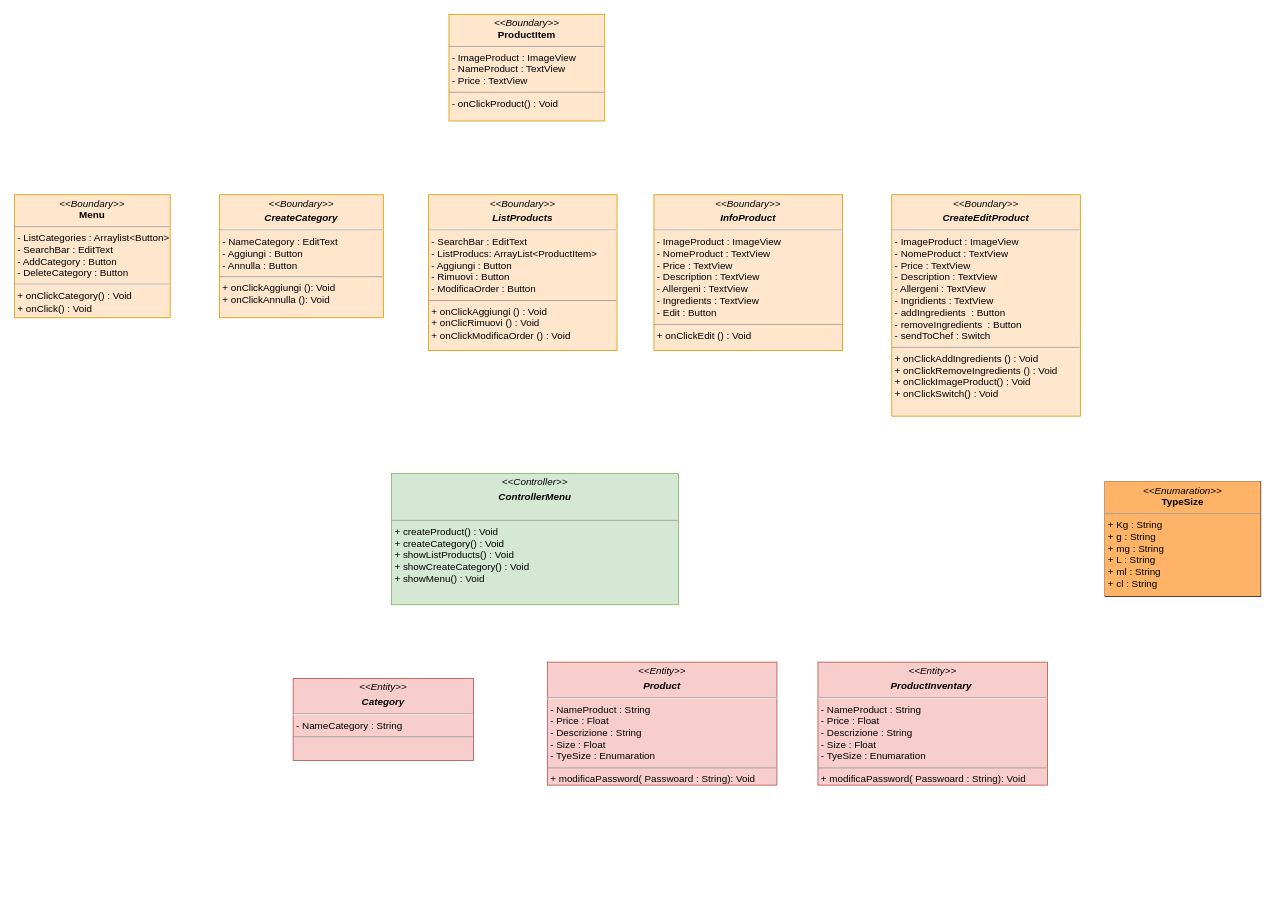
This is page "GestisciMenu" (5 of 8) of Documentazione/Class Diagram/Class Diagram.drawio from Chriss1618/ProgettoINGSW, a draw.io file, before an edit. Source tidied: cells renumbered, new cells numbered last; positions are measured from the earlier drawing's top-left corner, leaving out a move shared by most shapes. Both pictures are drawn from the tidied source at 82%, with x=0, y=0 at pixel (14, 14).
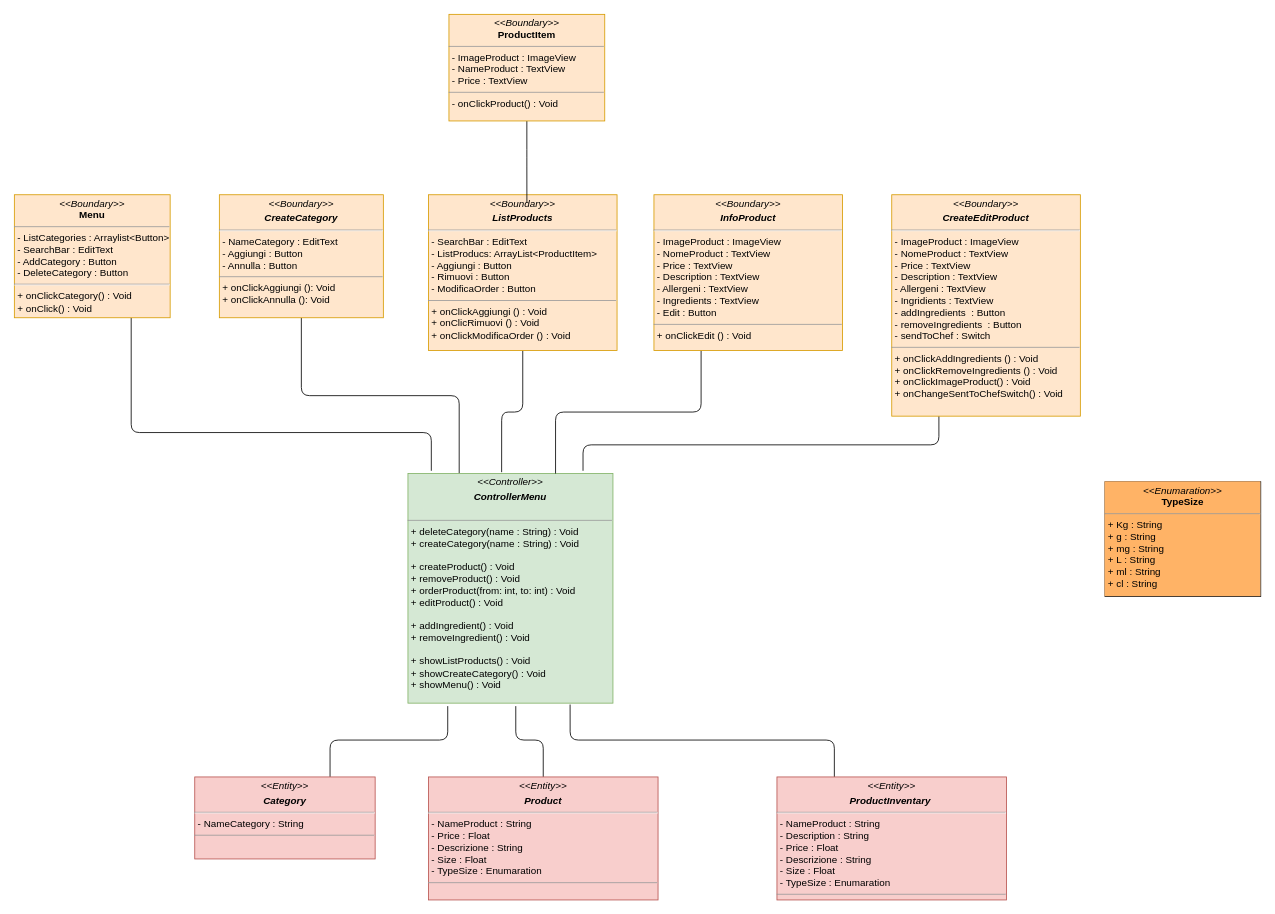
The same page after the edit.

Unchanged cells that the change refers to:
```xml
<mxCell id="2" value="&lt;p style=&quot;margin:0px;margin-top:4px;text-align:center;&quot;&gt;&lt;i&gt;&amp;lt;&amp;lt;Boundary&amp;gt;&amp;gt;&lt;/i&gt;&lt;br&gt;&lt;b&gt;Menu&lt;/b&gt;&lt;/p&gt;&lt;hr size=&quot;1&quot;&gt;&lt;p style=&quot;margin:0px;margin-left:4px;&quot;&gt;- ListCategories : Arraylist&amp;lt;Button&amp;gt;&lt;br&gt;- SearchBar : EditText&lt;/p&gt;&lt;p style=&quot;margin:0px;margin-left:4px;&quot;&gt;- AddCategory : Button&lt;/p&gt;&lt;p style=&quot;margin:0px;margin-left:4px;&quot;&gt;- DeleteCategory : Button&lt;/p&gt;&lt;hr&gt;&lt;p style=&quot;margin:0px;margin-left:4px;&quot;&gt;&lt;/p&gt;&lt;p style=&quot;margin:0px;margin-left:4px;&quot;&gt;+ onClickCategory() : Void&lt;br&gt;&lt;/p&gt;&lt;p style=&quot;margin:0px;margin-left:4px;&quot;&gt;+ onClick() : Void&lt;/p&gt;" style="verticalAlign=top;align=left;overflow=fill;fontSize=12;fontFamily=Helvetica;html=1;fillColor=#ffe6cc;strokeColor=#d79b00;" parent="1" vertex="1">
  <mxGeometry y="220" width="190" height="150" as="geometry" />
</mxCell>
<mxCell id="3" value="&lt;p style=&quot;margin:0px;margin-top:4px;text-align:center;&quot;&gt;&lt;i&gt;&amp;lt;&amp;lt;Boundary&amp;gt;&amp;gt;&lt;/i&gt;&lt;br&gt;&lt;/p&gt;&lt;p style=&quot;margin:0px;margin-top:4px;text-align:center;&quot;&gt;&lt;i&gt;&lt;b&gt;CreateCategory&lt;/b&gt;&lt;/i&gt;&lt;/p&gt;&lt;hr&gt;&lt;p style=&quot;margin:0px;margin-left:4px;&quot;&gt;- NameCategory : EditText&lt;/p&gt;&lt;p style=&quot;margin:0px;margin-left:4px;&quot;&gt;- Aggiungi : Button&lt;/p&gt;&lt;p style=&quot;margin:0px;margin-left:4px;&quot;&gt;- Annulla : Button&lt;br&gt;&lt;/p&gt;&lt;hr size=&quot;1&quot;&gt;&lt;p style=&quot;margin:0px;margin-left:4px;&quot;&gt;+ onClickAggiungi&amp;nbsp;(): Void&lt;br&gt;&lt;/p&gt;&lt;p style=&quot;margin:0px;margin-left:4px;&quot;&gt;+ onClickAnnulla&amp;nbsp;(): Void&lt;/p&gt;" style="verticalAlign=top;align=left;overflow=fill;fontSize=12;fontFamily=Helvetica;html=1;fillColor=#ffe6cc;strokeColor=#d79b00;" parent="1" vertex="1">
  <mxGeometry x="250" y="220" width="200" height="150" as="geometry" />
</mxCell>
<mxCell id="8" value="&lt;p style=&quot;margin:0px;margin-top:4px;text-align:center;&quot;&gt;&lt;i&gt;&amp;lt;&amp;lt;Boundary&amp;gt;&amp;gt;&lt;/i&gt;&lt;br&gt;&lt;/p&gt;&lt;p style=&quot;margin:0px;margin-top:4px;text-align:center;&quot;&gt;&lt;i&gt;&lt;b&gt;ListProducts&lt;/b&gt;&lt;/i&gt;&lt;/p&gt;&lt;hr&gt;&lt;p style=&quot;margin:0px;margin-left:4px;&quot;&gt;- SearchBar : EditText&lt;br&gt;&lt;/p&gt;&lt;p style=&quot;margin:0px;margin-left:4px;&quot;&gt;- ListProducs: ArrayList&amp;lt;ProductItem&amp;gt;&lt;/p&gt;&lt;p style=&quot;margin:0px;margin-left:4px;&quot;&gt;- Aggiungi : Button&lt;/p&gt;&lt;p style=&quot;margin:0px;margin-left:4px;&quot;&gt;- Rimuovi : Button&lt;br&gt;&lt;/p&gt;&lt;p style=&quot;margin:0px;margin-left:4px;&quot;&gt;- ModificaOrder : Button&lt;/p&gt;&lt;hr size=&quot;1&quot;&gt;&lt;p style=&quot;margin:0px;margin-left:4px;&quot;&gt;+ onClickAggiungi&amp;nbsp;() : Void&lt;br&gt;&lt;/p&gt;&lt;p style=&quot;margin:0px;margin-left:4px;&quot;&gt;+ onClicRimuovi () : Void&lt;/p&gt;&lt;p style=&quot;margin:0px;margin-left:4px;&quot;&gt;+ onClickModificaOrder () : Void&lt;br&gt;&lt;/p&gt;" style="verticalAlign=top;align=left;overflow=fill;fontSize=12;fontFamily=Helvetica;html=1;fillColor=#ffe6cc;strokeColor=#d79b00;" parent="1" vertex="1">
  <mxGeometry x="505" y="220" width="230" height="190" as="geometry" />
</mxCell>
<mxCell id="9" value="&lt;p style=&quot;margin:0px;margin-top:4px;text-align:center;&quot;&gt;&lt;i&gt;&amp;lt;&amp;lt;Boundary&amp;gt;&amp;gt;&lt;/i&gt;&lt;br&gt;&lt;b&gt;ProductItem&lt;/b&gt;&lt;/p&gt;&lt;hr size=&quot;1&quot;&gt;&lt;p style=&quot;margin:0px;margin-left:4px;&quot;&gt;- ImageProduct : ImageView&lt;/p&gt;&lt;p style=&quot;margin:0px;margin-left:4px;&quot;&gt;- NameProduct : TextView&lt;br&gt;- Price : TextView&lt;br&gt;&lt;/p&gt;&lt;hr size=&quot;1&quot;&gt;&lt;p style=&quot;margin:0px;margin-left:4px;&quot;&gt;- onClickProduct() : Void&lt;/p&gt;&lt;p style=&quot;margin:0px;margin-left:4px;&quot;&gt;&lt;br&gt;&lt;/p&gt;" style="verticalAlign=top;align=left;overflow=fill;fontSize=12;fontFamily=Helvetica;html=1;fillColor=#ffe6cc;strokeColor=#d79b00;" parent="1" vertex="1">
  <mxGeometry x="530" width="190" height="130" as="geometry" />
</mxCell>
<mxCell id="10" value="&lt;p style=&quot;margin:0px;margin-top:4px;text-align:center;&quot;&gt;&lt;i&gt;&amp;lt;&amp;lt;Boundary&amp;gt;&amp;gt;&lt;/i&gt;&lt;br&gt;&lt;/p&gt;&lt;p style=&quot;margin:0px;margin-top:4px;text-align:center;&quot;&gt;&lt;i&gt;&lt;b&gt;InfoProduct&lt;/b&gt;&lt;/i&gt;&lt;/p&gt;&lt;hr&gt;&lt;p style=&quot;margin: 0px 0px 0px 4px;&quot;&gt;- ImageProduct : ImageView&lt;/p&gt;&lt;p style=&quot;margin: 0px 0px 0px 4px;&quot;&gt;- NomeProduct : TextView&lt;br&gt;- Price : TextView&lt;/p&gt;&lt;p style=&quot;margin: 0px 0px 0px 4px;&quot;&gt;- Description : TextView&lt;/p&gt;&lt;p style=&quot;margin: 0px 0px 0px 4px;&quot;&gt;- Allergeni : TextView&lt;/p&gt;&lt;p style=&quot;margin: 0px 0px 0px 4px;&quot;&gt;- Ingredients : TextView&lt;/p&gt;&lt;p style=&quot;margin: 0px 0px 0px 4px;&quot;&gt;- Edit : Button&lt;/p&gt;&lt;hr size=&quot;1&quot;&gt;&lt;p style=&quot;margin:0px;margin-left:4px;&quot;&gt;+ onClickEdit () : Void&lt;/p&gt;" style="verticalAlign=top;align=left;overflow=fill;fontSize=12;fontFamily=Helvetica;html=1;fillColor=#ffe6cc;strokeColor=#d79b00;" parent="1" vertex="1">
  <mxGeometry x="780" y="220" width="230" height="190" as="geometry" />
</mxCell>
```

Change to the diagram source:
```diff
@@
+    <mxCell id="13" style="edgeStyle=orthogonalEdgeStyle;rounded=1;jettySize=auto;html=1;exitX=0.75;exitY=1;exitDx=0;exitDy=0;entryX=0.114;entryY=-0.012;entryDx=0;entryDy=0;entryPerimeter=0;endArrow=none;endFill=0;" parent="1" edge="1" source="2" target="4">
+      <mxGeometry relative="1" as="geometry">
+        <Array as="points">
+          <mxPoint x="142" y="510" />
+          <mxPoint x="508" y="510" />
+        </Array>
+      </mxGeometry>
+    </mxCell>
@@
+    <mxCell id="14" style="edgeStyle=orthogonalEdgeStyle;rounded=1;jettySize=auto;html=1;exitX=0.5;exitY=1;exitDx=0;exitDy=0;entryX=0.25;entryY=0;entryDx=0;entryDy=0;endArrow=none;endFill=0;" parent="1" edge="1" source="3" target="4">
+      <mxGeometry relative="1" as="geometry" />
+    </mxCell>
@@
-    <mxCell id="4" value="&lt;p style=&quot;margin:0px;margin-top:4px;text-align:center;&quot;&gt;&lt;i&gt;&amp;lt;&amp;lt;Controller&amp;gt;&amp;gt;&lt;/i&gt;&lt;br&gt;&lt;/p&gt;&lt;p style=&quot;margin:0px;margin-top:4px;text-align:center;&quot;&gt;&lt;i&gt;&lt;b&gt;ControllerMenu&lt;/b&gt;&lt;/i&gt;&lt;/p&gt;&lt;br&gt;&lt;hr size=&quot;1&quot;&gt;&lt;p style=&quot;margin:0px;margin-left:4px;&quot;&gt;&lt;span style=&quot;background-color: initial;&quot;&gt;+ createProduct() : Void&lt;/span&gt;&lt;/p&gt;&lt;p style=&quot;margin:0px;margin-left:4px;&quot;&gt;&lt;span style=&quot;background-color: initial;&quot;&gt;+ createCategory() : Void&lt;/span&gt;&lt;/p&gt;&lt;p style=&quot;margin:0px;margin-left:4px;&quot;&gt;+ showListProducts() : Void&lt;/p&gt;&lt;p style=&quot;margin:0px;margin-left:4px;&quot;&gt;&lt;span style=&quot;background-color: initial;&quot;&gt;+ showCreateCategory() : Void&lt;/span&gt;&lt;br&gt;&lt;/p&gt;&lt;p style=&quot;margin:0px;margin-left:4px;&quot;&gt;+ showMenu() : Void&lt;/p&gt;" style="verticalAlign=top;align=left;overflow=fill;fontSize=12;fontFamily=Helvetica;html=1;fillColor=#d5e8d4;strokeColor=#82b366;" parent="1" vertex="1">
-      <mxGeometry x="460" y="560" width="350" height="160" as="geometry" />
+    <mxCell id="4" value="&lt;p style=&quot;margin:0px;margin-top:4px;text-align:center;&quot;&gt;&lt;i&gt;&amp;lt;&amp;lt;Controller&amp;gt;&amp;gt;&lt;/i&gt;&lt;br&gt;&lt;/p&gt;&lt;p style=&quot;margin:0px;margin-top:4px;text-align:center;&quot;&gt;&lt;i&gt;&lt;b&gt;ControllerMenu&lt;/b&gt;&lt;/i&gt;&lt;/p&gt;&lt;br&gt;&lt;hr size=&quot;1&quot;&gt;&lt;p style=&quot;margin:0px;margin-left:4px;&quot;&gt;&lt;span style=&quot;background-color: initial;&quot;&gt;+ deleteCategory(name : String) : Void&lt;/span&gt;&lt;br&gt;&lt;/p&gt;&lt;p style=&quot;margin:0px;margin-left:4px;&quot;&gt;&lt;span style=&quot;background-color: initial;&quot;&gt;+ createCategory(name : String) : Void&lt;/span&gt;&lt;/p&gt;&lt;p style=&quot;margin:0px;margin-left:4px;&quot;&gt;&lt;span style=&quot;background-color: initial;&quot;&gt;&lt;br&gt;&lt;/span&gt;&lt;/p&gt;&lt;p style=&quot;margin:0px;margin-left:4px;&quot;&gt;+ createProduct() : Void&lt;span style=&quot;background-color: initial;&quot;&gt;&lt;br&gt;&lt;/span&gt;&lt;/p&gt;&lt;p style=&quot;margin:0px;margin-left:4px;&quot;&gt;&lt;span style=&quot;background-color: initial;&quot;&gt;+ removeProduct() : Void&lt;/span&gt;&lt;/p&gt;&lt;p style=&quot;margin:0px;margin-left:4px;&quot;&gt;+ orderProduct(from: int, to: int) : Void&lt;/p&gt;&lt;p style=&quot;margin:0px;margin-left:4px;&quot;&gt;+ editProduct() : Void&lt;/p&gt;&lt;p style=&quot;margin:0px;margin-left:4px;&quot;&gt;&lt;br&gt;&lt;/p&gt;&lt;p style=&quot;margin:0px;margin-left:4px;&quot;&gt;+ addIngredient() : Void&lt;/p&gt;&lt;p style=&quot;margin:0px;margin-left:4px;&quot;&gt;+ removeIngredient() : Void&lt;/p&gt;&lt;p style=&quot;margin:0px;margin-left:4px;&quot;&gt;&lt;br&gt;&lt;/p&gt;&lt;p style=&quot;margin:0px;margin-left:4px;&quot;&gt;+ showListProducts() : Void&lt;/p&gt;&lt;p style=&quot;margin:0px;margin-left:4px;&quot;&gt;&lt;span style=&quot;background-color: initial;&quot;&gt;+ showCreateCategory() : Void&lt;/span&gt;&lt;br&gt;&lt;/p&gt;&lt;p style=&quot;margin:0px;margin-left:4px;&quot;&gt;+ showMenu() : Void&lt;/p&gt;" style="verticalAlign=top;align=left;overflow=fill;fontSize=12;fontFamily=Helvetica;html=1;fillColor=#d5e8d4;strokeColor=#82b366;" parent="1" vertex="1">
+      <mxGeometry x="480" y="560" width="250" height="280" as="geometry" />
     </mxCell>
+    <mxCell id="15" style="edgeStyle=orthogonalEdgeStyle;rounded=1;jettySize=auto;html=1;exitX=0.75;exitY=0;exitDx=0;exitDy=0;entryX=0.194;entryY=1.013;entryDx=0;entryDy=0;entryPerimeter=0;endArrow=none;endFill=0;" parent="1" edge="1" source="5" target="4">
+      <mxGeometry relative="1" as="geometry" />
+    </mxCell>
     <mxCell id="5" value="&lt;p style=&quot;margin:0px;margin-top:4px;text-align:center;&quot;&gt;&lt;i&gt;&amp;lt;&amp;lt;Entity&amp;gt;&amp;gt;&lt;/i&gt;&lt;br&gt;&lt;/p&gt;&lt;p style=&quot;margin:0px;margin-top:4px;text-align:center;&quot;&gt;&lt;i&gt;&lt;b&gt;Category&lt;/b&gt;&lt;/i&gt;&lt;/p&gt;&lt;hr&gt;&lt;p style=&quot;margin:0px;margin-left:4px;&quot;&gt;- NameCategory : String&lt;br&gt;&lt;/p&gt;&lt;hr size=&quot;1&quot;&gt;&lt;p style=&quot;margin:0px;margin-left:4px;&quot;&gt;&lt;br&gt;&lt;/p&gt;&lt;p style=&quot;margin:0px;margin-left:4px;&quot;&gt;&lt;br&gt;&lt;/p&gt;" style="verticalAlign=top;align=left;overflow=fill;fontSize=12;fontFamily=Helvetica;html=1;fillColor=#f8cecc;strokeColor=#b85450;" parent="1" vertex="1">
-      <mxGeometry x="340" y="810" width="220" height="100" as="geometry" />
+      <mxGeometry x="220" y="930" width="220" height="100" as="geometry" />
     </mxCell>
@@
+    <mxCell id="16" style="edgeStyle=orthogonalEdgeStyle;rounded=1;jettySize=auto;html=1;exitX=0.5;exitY=0;exitDx=0;exitDy=0;entryX=0.526;entryY=1.013;entryDx=0;entryDy=0;entryPerimeter=0;endArrow=none;endFill=0;" parent="1" edge="1" source="7" target="4">
+      <mxGeometry relative="1" as="geometry" />
+    </mxCell>
-    <mxCell id="7" value="&lt;p style=&quot;margin:0px;margin-top:4px;text-align:center;&quot;&gt;&lt;i&gt;&amp;lt;&amp;lt;Entity&amp;gt;&amp;gt;&lt;/i&gt;&lt;br&gt;&lt;/p&gt;&lt;p style=&quot;margin:0px;margin-top:4px;text-align:center;&quot;&gt;&lt;b&gt;&lt;i&gt;Product&lt;/i&gt;&lt;/b&gt;&lt;/p&gt;&lt;hr&gt;&lt;p style=&quot;margin:0px;margin-left:4px;&quot;&gt;- NameProduct : String&lt;/p&gt;&lt;p style=&quot;margin:0px;margin-left:4px;&quot;&gt;- Price : Float&lt;/p&gt;&lt;p style=&quot;margin:0px;margin-left:4px;&quot;&gt;- Descrizione : String&lt;/p&gt;&lt;p style=&quot;margin:0px;margin-left:4px;&quot;&gt;- Size : Float&lt;/p&gt;&lt;p style=&quot;margin:0px;margin-left:4px;&quot;&gt;- TyeSize : Enumaration&lt;/p&gt;&lt;hr size=&quot;1&quot;&gt;&lt;p style=&quot;margin:0px;margin-left:4px;&quot;&gt;+ modificaPassword( Passwoard : String): Void&lt;br&gt;&lt;/p&gt;" style="verticalAlign=top;align=left;overflow=fill;fontSize=12;fontFamily=Helvetica;html=1;fillColor=#f8cecc;strokeColor=#b85450;" parent="1" vertex="1">
-      <mxGeometry x="650" y="790" width="280" height="150" as="geometry" />
+    <mxCell id="7" value="&lt;p style=&quot;margin:0px;margin-top:4px;text-align:center;&quot;&gt;&lt;i&gt;&amp;lt;&amp;lt;Entity&amp;gt;&amp;gt;&lt;/i&gt;&lt;br&gt;&lt;/p&gt;&lt;p style=&quot;margin:0px;margin-top:4px;text-align:center;&quot;&gt;&lt;b&gt;&lt;i&gt;Product&lt;/i&gt;&lt;/b&gt;&lt;/p&gt;&lt;hr&gt;&lt;p style=&quot;margin:0px;margin-left:4px;&quot;&gt;- NameProduct : String&lt;/p&gt;&lt;p style=&quot;margin:0px;margin-left:4px;&quot;&gt;- Price : Float&lt;/p&gt;&lt;p style=&quot;margin:0px;margin-left:4px;&quot;&gt;- Descrizione : String&lt;/p&gt;&lt;p style=&quot;margin:0px;margin-left:4px;&quot;&gt;- Size : Float&lt;/p&gt;&lt;p style=&quot;margin:0px;margin-left:4px;&quot;&gt;- TypeSize : Enumaration&lt;/p&gt;&lt;hr size=&quot;1&quot;&gt;&lt;p style=&quot;margin:0px;margin-left:4px;&quot;&gt;&lt;br&gt;&lt;/p&gt;" style="verticalAlign=top;align=left;overflow=fill;fontSize=12;fontFamily=Helvetica;html=1;fillColor=#f8cecc;strokeColor=#b85450;" parent="1" vertex="1">
+      <mxGeometry x="505" y="930" width="280" height="150" as="geometry" />
     </mxCell>
+    <mxCell id="17" style="edgeStyle=orthogonalEdgeStyle;rounded=1;jettySize=auto;html=1;exitX=0.5;exitY=1;exitDx=0;exitDy=0;entryX=0.457;entryY=-0.006;entryDx=0;entryDy=0;entryPerimeter=0;endArrow=none;endFill=0;" parent="1" edge="1" source="8" target="4">
+      <mxGeometry relative="1" as="geometry" />
+    </mxCell>
@@
+    <mxCell id="18" style="edgeStyle=orthogonalEdgeStyle;rounded=1;jettySize=auto;html=1;exitX=0.5;exitY=1;exitDx=0;exitDy=0;entryX=0.522;entryY=0.053;entryDx=0;entryDy=0;entryPerimeter=0;endArrow=none;endFill=0;" parent="1" edge="1" source="9" target="8">
+      <mxGeometry relative="1" as="geometry" />
+    </mxCell>
@@
+    <mxCell id="19" style="edgeStyle=orthogonalEdgeStyle;rounded=1;jettySize=auto;html=1;exitX=0.25;exitY=1;exitDx=0;exitDy=0;entryX=0.72;entryY=0;entryDx=0;entryDy=0;entryPerimeter=0;endArrow=none;endFill=0;" parent="1" edge="1" source="10" target="4">
+      <mxGeometry relative="1" as="geometry" />
+    </mxCell>
@@
+    <mxCell id="20" style="edgeStyle=orthogonalEdgeStyle;rounded=1;jettySize=auto;html=1;exitX=0.25;exitY=1;exitDx=0;exitDy=0;entryX=0.854;entryY=-0.012;entryDx=0;entryDy=0;entryPerimeter=0;endArrow=none;endFill=0;" parent="1" edge="1" source="11" target="4">
+      <mxGeometry relative="1" as="geometry" />
+    </mxCell>
-    <mxCell id="11" value="&lt;p style=&quot;margin:0px;margin-top:4px;text-align:center;&quot;&gt;&lt;i&gt;&amp;lt;&amp;lt;Boundary&amp;gt;&amp;gt;&lt;/i&gt;&lt;br&gt;&lt;/p&gt;&lt;p style=&quot;margin:0px;margin-top:4px;text-align:center;&quot;&gt;&lt;i&gt;&lt;b&gt;CreateEditProduct&lt;/b&gt;&lt;/i&gt;&lt;/p&gt;&lt;hr&gt;&lt;p style=&quot;margin: 0px 0px 0px 4px;&quot;&gt;- ImageProduct : ImageView&lt;/p&gt;&lt;p style=&quot;margin: 0px 0px 0px 4px;&quot;&gt;- NomeProduct : TextView&lt;br&gt;- Price : TextView&lt;/p&gt;&lt;p style=&quot;margin: 0px 0px 0px 4px;&quot;&gt;- Description : TextView&lt;/p&gt;&lt;p style=&quot;margin: 0px 0px 0px 4px;&quot;&gt;- Allergeni : TextView&lt;/p&gt;&lt;p style=&quot;margin: 0px 0px 0px 4px;&quot;&gt;- Ingridients : TextView&lt;/p&gt;&lt;p style=&quot;margin: 0px 0px 0px 4px;&quot;&gt;- addIngredients&amp;nbsp;&amp;nbsp;: Button&lt;/p&gt;&lt;p style=&quot;margin: 0px 0px 0px 4px;&quot;&gt;- removeIngredients&amp;nbsp;&amp;nbsp;: Button&lt;br&gt;&lt;/p&gt;&lt;p style=&quot;margin: 0px 0px 0px 4px;&quot;&gt;- sendToChef : Switch&lt;/p&gt;&lt;hr size=&quot;1&quot;&gt;&lt;p style=&quot;margin:0px;margin-left:4px;&quot;&gt;+ onClickAddIngredients&amp;nbsp;() : Void&lt;/p&gt;&lt;p style=&quot;margin:0px;margin-left:4px;&quot;&gt;+ onClickRemoveIngredients&amp;nbsp;() : Void&lt;br&gt;&lt;/p&gt;&lt;p style=&quot;margin:0px;margin-left:4px;&quot;&gt;+ onClickImageProduct() : Void&lt;/p&gt;&lt;p style=&quot;margin:0px;margin-left:4px;&quot;&gt;+ onClickSwitch() : Void&lt;br&gt;&lt;/p&gt;" style="verticalAlign=top;align=left;overflow=fill;fontSize=12;fontFamily=Helvetica;html=1;fillColor=#ffe6cc;strokeColor=#d79b00;" parent="1" vertex="1">
+    <mxCell id="11" value="&lt;p style=&quot;margin:0px;margin-top:4px;text-align:center;&quot;&gt;&lt;i&gt;&amp;lt;&amp;lt;Boundary&amp;gt;&amp;gt;&lt;/i&gt;&lt;br&gt;&lt;/p&gt;&lt;p style=&quot;margin:0px;margin-top:4px;text-align:center;&quot;&gt;&lt;i&gt;&lt;b&gt;CreateEditProduct&lt;/b&gt;&lt;/i&gt;&lt;/p&gt;&lt;hr&gt;&lt;p style=&quot;margin: 0px 0px 0px 4px;&quot;&gt;- ImageProduct : ImageView&lt;/p&gt;&lt;p style=&quot;margin: 0px 0px 0px 4px;&quot;&gt;- NomeProduct : TextView&lt;br&gt;- Price : TextView&lt;/p&gt;&lt;p style=&quot;margin: 0px 0px 0px 4px;&quot;&gt;- Description : TextView&lt;/p&gt;&lt;p style=&quot;margin: 0px 0px 0px 4px;&quot;&gt;- Allergeni : TextView&lt;/p&gt;&lt;p style=&quot;margin: 0px 0px 0px 4px;&quot;&gt;- Ingridients : TextView&lt;/p&gt;&lt;p style=&quot;margin: 0px 0px 0px 4px;&quot;&gt;- addIngredients&amp;nbsp;&amp;nbsp;: Button&lt;/p&gt;&lt;p style=&quot;margin: 0px 0px 0px 4px;&quot;&gt;- removeIngredients&amp;nbsp;&amp;nbsp;: Button&lt;br&gt;&lt;/p&gt;&lt;p style=&quot;margin: 0px 0px 0px 4px;&quot;&gt;- sendToChef : Switch&lt;/p&gt;&lt;hr size=&quot;1&quot;&gt;&lt;p style=&quot;margin:0px;margin-left:4px;&quot;&gt;+ onClickAddIngredients&amp;nbsp;() : Void&lt;/p&gt;&lt;p style=&quot;margin:0px;margin-left:4px;&quot;&gt;+ onClickRemoveIngredients&amp;nbsp;() : Void&lt;br&gt;&lt;/p&gt;&lt;p style=&quot;margin:0px;margin-left:4px;&quot;&gt;+ onClickImageProduct() : Void&lt;/p&gt;&lt;p style=&quot;margin:0px;margin-left:4px;&quot;&gt;+ onChangeSentToChefSwitch() : Void&lt;br&gt;&lt;/p&gt;" style="verticalAlign=top;align=left;overflow=fill;fontSize=12;fontFamily=Helvetica;html=1;fillColor=#ffe6cc;strokeColor=#d79b00;" parent="1" vertex="1">
       <mxGeometry x="1070" y="220" width="230" height="270" as="geometry" />
     </mxCell>
+    <mxCell id="21" style="edgeStyle=orthogonalEdgeStyle;rounded=1;jettySize=auto;html=1;exitX=0.25;exitY=0;exitDx=0;exitDy=0;entryX=0.791;entryY=1.006;entryDx=0;entryDy=0;entryPerimeter=0;endArrow=none;endFill=0;" parent="1" edge="1" source="12" target="4">
+      <mxGeometry relative="1" as="geometry" />
+    </mxCell>
-    <mxCell id="12" value="&lt;p style=&quot;margin:0px;margin-top:4px;text-align:center;&quot;&gt;&lt;i&gt;&amp;lt;&amp;lt;Entity&amp;gt;&amp;gt;&lt;/i&gt;&lt;br&gt;&lt;/p&gt;&lt;p style=&quot;margin:0px;margin-top:4px;text-align:center;&quot;&gt;&lt;b&gt;&lt;i&gt;ProductInventary&amp;nbsp;&lt;/i&gt;&lt;/b&gt;&lt;/p&gt;&lt;hr&gt;&lt;p style=&quot;margin:0px;margin-left:4px;&quot;&gt;- NameProduct : String&lt;/p&gt;&lt;p style=&quot;margin:0px;margin-left:4px;&quot;&gt;- Price : Float&lt;/p&gt;&lt;p style=&quot;margin:0px;margin-left:4px;&quot;&gt;- Descrizione : String&lt;/p&gt;&lt;p style=&quot;margin:0px;margin-left:4px;&quot;&gt;- Size : Float&lt;/p&gt;&lt;p style=&quot;margin:0px;margin-left:4px;&quot;&gt;- TyeSize : Enumaration&lt;/p&gt;&lt;hr size=&quot;1&quot;&gt;&lt;p style=&quot;margin:0px;margin-left:4px;&quot;&gt;+ modificaPassword( Passwoard : String): Void&lt;br&gt;&lt;/p&gt;" style="verticalAlign=top;align=left;overflow=fill;fontSize=12;fontFamily=Helvetica;html=1;fillColor=#f8cecc;strokeColor=#b85450;" parent="1" vertex="1">
-      <mxGeometry x="980" y="790" width="280" height="150" as="geometry" />
+    <mxCell id="12" value="&lt;p style=&quot;margin:0px;margin-top:4px;text-align:center;&quot;&gt;&lt;i&gt;&amp;lt;&amp;lt;Entity&amp;gt;&amp;gt;&lt;/i&gt;&lt;br&gt;&lt;/p&gt;&lt;p style=&quot;margin:0px;margin-top:4px;text-align:center;&quot;&gt;&lt;b&gt;&lt;i&gt;ProductInventary&amp;nbsp;&lt;/i&gt;&lt;/b&gt;&lt;/p&gt;&lt;hr&gt;&lt;p style=&quot;margin:0px;margin-left:4px;&quot;&gt;- NameProduct : String&lt;/p&gt;&lt;p style=&quot;margin:0px;margin-left:4px;&quot;&gt;- Description : String&lt;br&gt;&lt;/p&gt;&lt;p style=&quot;margin:0px;margin-left:4px;&quot;&gt;- Price : Float&lt;/p&gt;&lt;p style=&quot;margin:0px;margin-left:4px;&quot;&gt;- Descrizione : String&lt;/p&gt;&lt;p style=&quot;margin:0px;margin-left:4px;&quot;&gt;- Size : Float&lt;/p&gt;&lt;p style=&quot;margin:0px;margin-left:4px;&quot;&gt;- TypeSize : Enumaration&lt;/p&gt;&lt;hr size=&quot;1&quot;&gt;&lt;p style=&quot;margin:0px;margin-left:4px;&quot;&gt;&lt;br&gt;&lt;/p&gt;" style="verticalAlign=top;align=left;overflow=fill;fontSize=12;fontFamily=Helvetica;html=1;fillColor=#f8cecc;strokeColor=#b85450;" parent="1" vertex="1">
+      <mxGeometry x="930" y="930" width="280" height="150" as="geometry" />
     </mxCell>
```
